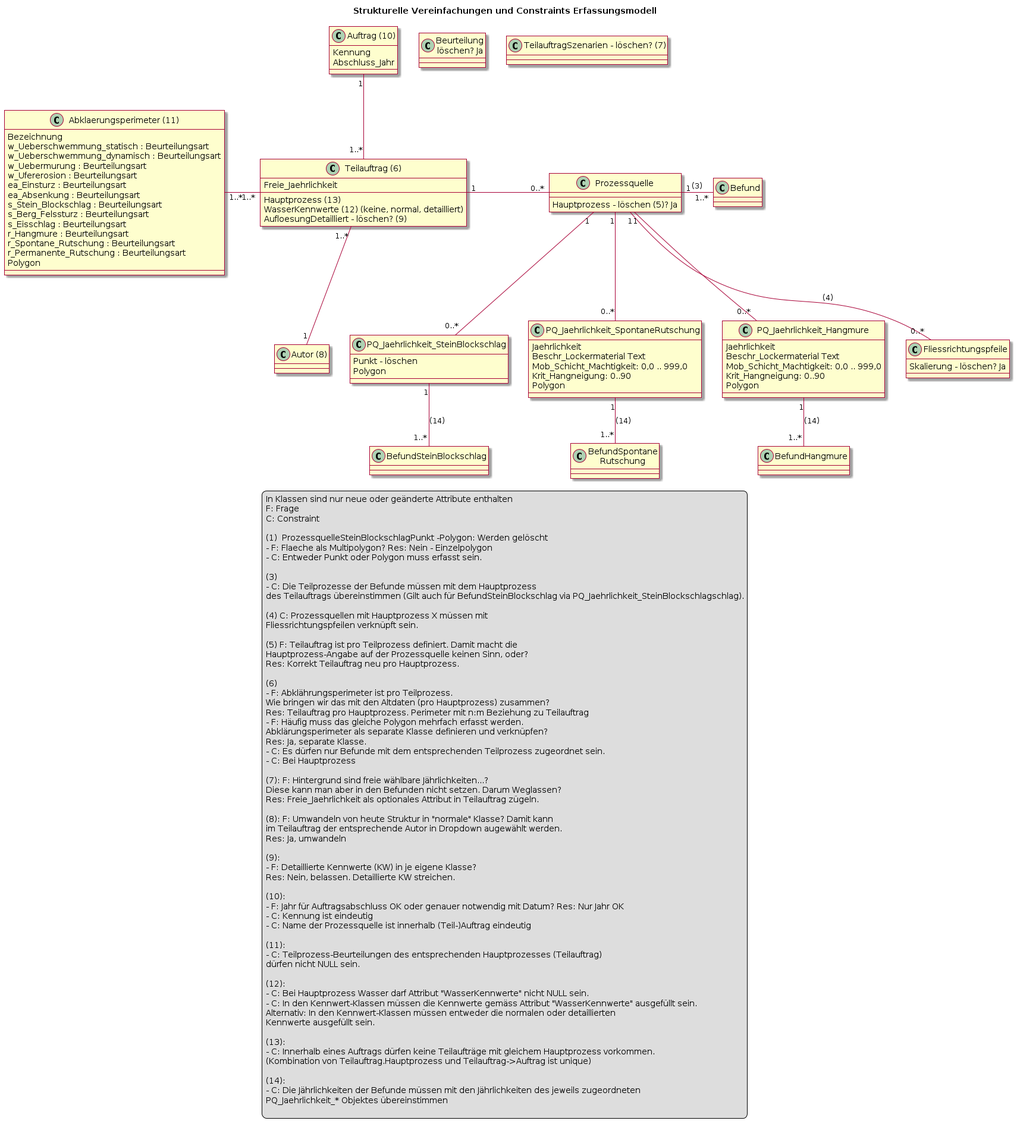
Before: modell/Anpassungen/Anpassungen_Erfassungsmodell_puml.png, a diagram exported from PlantUML (sogis/p-naturgefahren-ili).
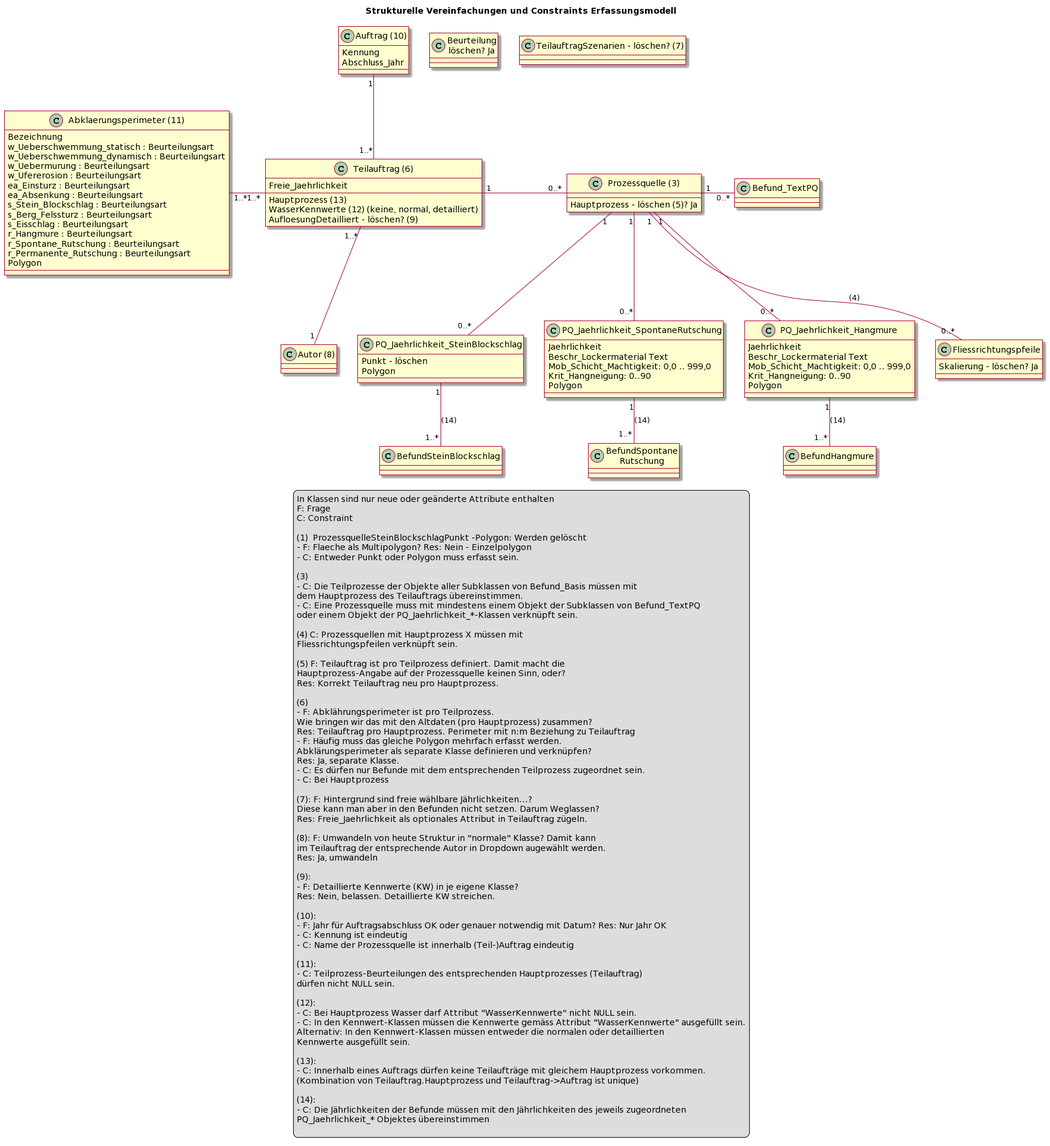
The same file after the commit.

Commit message:
Prozessquelle: All child-associations optional, with new constraint

The edit, as a diff of the source:
```diff
@@ -24,11 +24,11 @@
   Polygon
 }
 
-class "Prozessquelle" as pq {
+class "Prozessquelle (3)" as pq {
   Hauptprozess - löschen (5)? Ja
 }
 
-class "Befund" as bef {}
+class "Befund_TextPQ" as bef {}
 
 class "BefundHangmure" as befhm {}
 
@@ -75,7 +75,7 @@
   Abschluss_Jahr
 }
 
-pq "1" -right- "1..*" bef : (3)
+pq "1" -right- "0..*" bef : "     "
 pq "1" -- "0..*" pfeil : (4)
 pq "1" -- "0..*" pqsr
 pq "1" -- "0..*" pqsb
@@ -84,8 +84,6 @@
 pqsb "1"-- "1..*" befsb : (14)
 pqsr "1"-- "1..*" befsr : (14)
 pqhm "1"-- "1..*" befhm : (14)
-
-
 
 a "1" -- "1..*" ta
 ta "1" -right- "0..*" pq
@@ -103,8 +101,10 @@
 - C: Entweder Punkt oder Polygon muss erfasst sein.
 
 (3)
-- C: Die Teilprozesse der Befunde müssen mit dem Hauptprozess
-des Teilauftrags übereinstimmen (Gilt auch für BefundSteinBlockschlag via PQ_Jaehrlichkeit_SteinBlockschlagschlag).
+- C: Die Teilprozesse der Objekte aller Subklassen von Befund_Basis müssen mit
+dem Hauptprozess des Teilauftrags übereinstimmen.
+- C: Eine Prozessquelle muss mit mindestens einem Objekt der Subklassen von Befund_TextPQ
+oder einem Objekt der PQ_Jaehrlichkeit_*-Klassen verknüpft sein.
 
 (4) C: Prozessquellen mit Hauptprozess X müssen mit
 Fliessrichtungspfeilen verknüpft sein.
```
